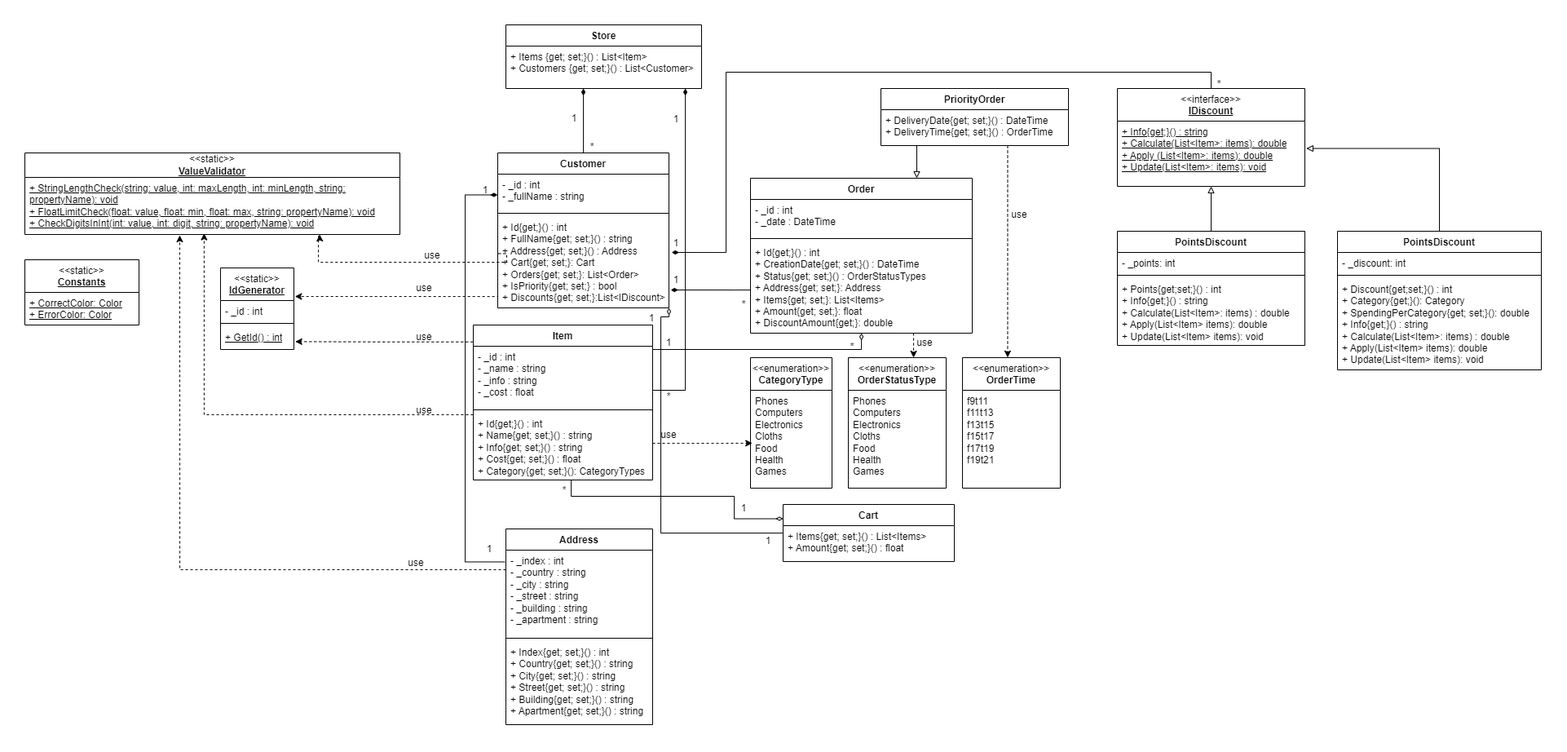
antoniocra04/oop-winform keeps this draw.io diagram as oop-winform/Diagram.drawio.png. Above is the earlier version. Source tidied: cells renumbered, new cells last; positions are measured from the earlier drawing's top-left corner, leaving out a move shared by most shapes.
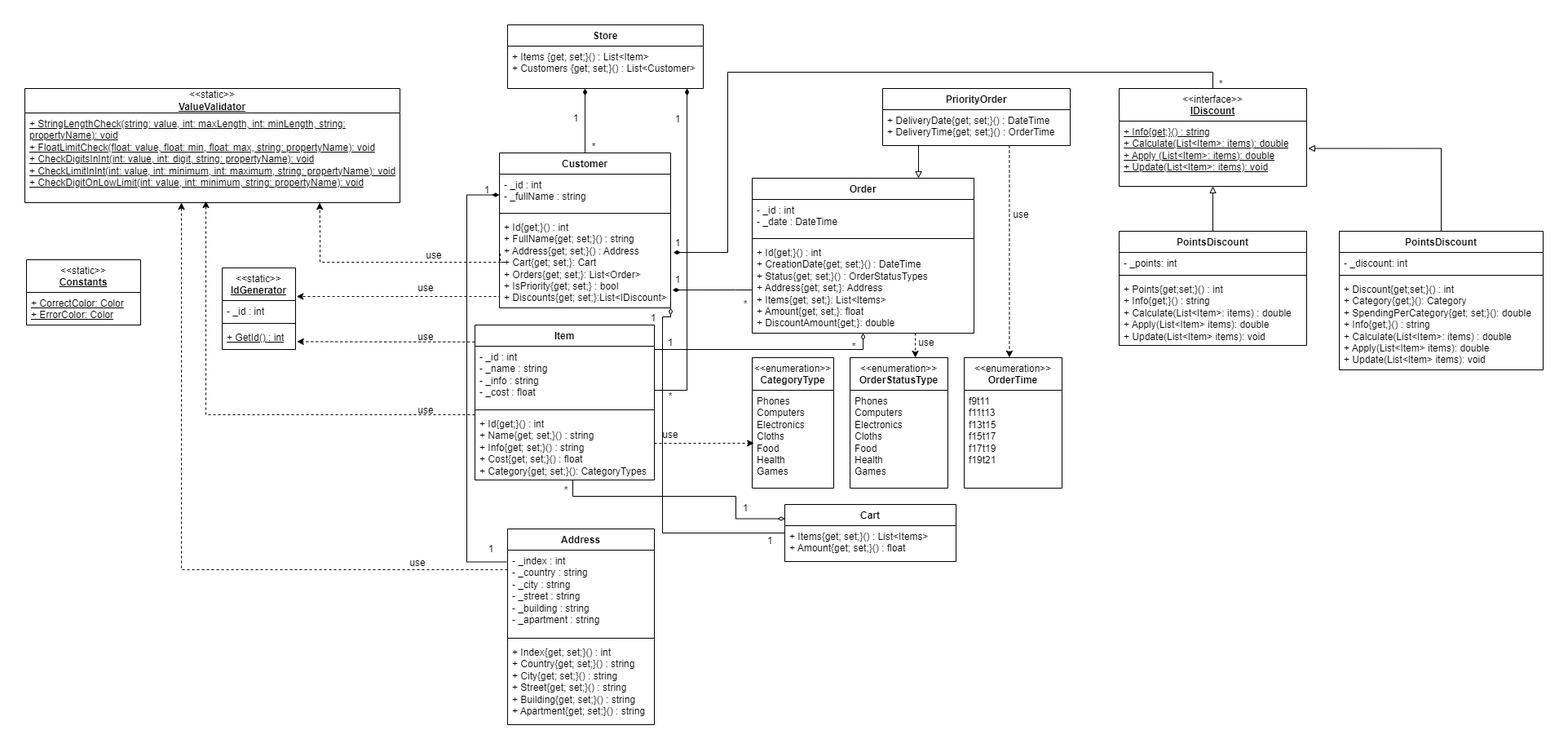
After the commit.

What changed in the source:
```diff
@@ -39,10 +39,10 @@
       <mxGeometry y="72" width="90" height="28" as="geometry" />
     </mxCell>
     <mxCell id="14" value="&amp;lt;&amp;lt;static&amp;gt;&amp;gt;&lt;br&gt;&lt;b&gt;&lt;u&gt;ValueValidator&lt;/u&gt;&lt;/b&gt;" style="swimlane;fontStyle=0;horizontal=1;startSize=30;fillColor=none;whiteSpace=wrap;html=1;" parent="1" vertex="1">
-      <mxGeometry y="157" width="460" height="100" as="geometry" />
+      <mxGeometry x="-2" y="78" width="460" height="140" as="geometry" />
     </mxCell>
-    <mxCell id="15" value="&lt;div&gt;&lt;u&gt;+ StringLengthCheck(string: value, int: maxLength, int: minLength, string: propertyName): void&lt;br&gt;&lt;/u&gt;&lt;/div&gt;&lt;div&gt;&lt;u&gt;+ FloatLimitCheck(float: value, float: min, float: max, string: propertyName): void&lt;br&gt;&lt;/u&gt;&lt;/div&gt;&lt;div&gt;&lt;u&gt;+ CheckDigitsInInt(int: value, int: digit, string: propertyName): void&lt;/u&gt;&lt;br&gt;&lt;/div&gt;" style="text;strokeColor=none;fillColor=none;align=left;verticalAlign=top;spacingLeft=4;spacingRight=4;overflow=hidden;points=[[0,0.5],[1,0.5]];portConstraint=eastwest;whiteSpace=wrap;html=1;" parent="14" vertex="1">
-      <mxGeometry y="30" width="460" height="70" as="geometry" />
+    <mxCell id="15" value="&lt;div&gt;&lt;u&gt;+ StringLengthCheck(string: value, int: maxLength, int: minLength, string: propertyName): void&lt;br&gt;&lt;/u&gt;&lt;/div&gt;&lt;div&gt;&lt;u&gt;+ FloatLimitCheck(float: value, float: min, float: max, string: propertyName): void&lt;br&gt;&lt;/u&gt;&lt;/div&gt;&lt;div&gt;&lt;u&gt;+ CheckDigitsInInt(int: value, int: digit, string: propertyName): void&lt;/u&gt;&lt;br&gt;&lt;/div&gt;&lt;div&gt;&lt;u&gt;+ CheckLimitInInt(int: value, int: minimum, int: maximum, string: propertyName): void&lt;/u&gt;&lt;/div&gt;&lt;div&gt;&lt;u&gt;+ CheckDigitOnLowLimit(int: value, int: minimum, string: propertyName): void&lt;/u&gt;&lt;/div&gt;" style="text;strokeColor=none;fillColor=none;align=left;verticalAlign=top;spacingLeft=4;spacingRight=4;overflow=hidden;points=[[0,0.5],[1,0.5]];portConstraint=eastwest;whiteSpace=wrap;html=1;" parent="14" vertex="1">
+      <mxGeometry y="30" width="460" height="110" as="geometry" />
     </mxCell>
     <mxCell id="16" style="edgeStyle=orthogonalEdgeStyle;rounded=0;jettySize=auto;html=1;entryX=1.014;entryY=0.35;entryDx=0;entryDy=0;entryPerimeter=0;dashed=1;" parent="1" edge="1" target="10">
       <mxGeometry relative="1" as="geometry">
@@ -63,8 +63,9 @@
         </Array>
       </mxGeometry>
     </mxCell>
-    <mxCell id="18" style="edgeStyle=orthogonalEdgeStyle;rounded=0;jettySize=auto;html=1;dashed=1;entryX=0.478;entryY=0.98;entryDx=0;entryDy=0;entryPerimeter=0;" parent="1" edge="1" source="9" target="15">
+    <mxCell id="18" style="edgeStyle=orthogonalEdgeStyle;rounded=0;jettySize=auto;html=1;dashed=1;" parent="1" edge="1" source="9">
       <mxGeometry relative="1" as="geometry">
+        <mxPoint x="220" y="216" as="targetPoint" />
         <Array as="points">
           <mxPoint x="220" y="478" />
         </Array>
@@ -284,8 +285,9 @@
         </Array>
       </mxGeometry>
     </mxCell>
-    <mxCell id="74" style="edgeStyle=orthogonalEdgeStyle;rounded=0;jettySize=auto;html=1;entryX=0.413;entryY=1.014;entryDx=0;entryDy=0;entryPerimeter=0;dashed=1;" parent="1" edge="1" source="24" target="15">
+    <mxCell id="74" style="edgeStyle=orthogonalEdgeStyle;rounded=0;jettySize=auto;html=1;dashed=1;" parent="1" edge="1" source="24">
       <mxGeometry relative="1" as="geometry">
+        <mxPoint x="190" y="218" as="targetPoint" />
         <Array as="points">
           <mxPoint x="190" y="668" />
         </Array>
```
